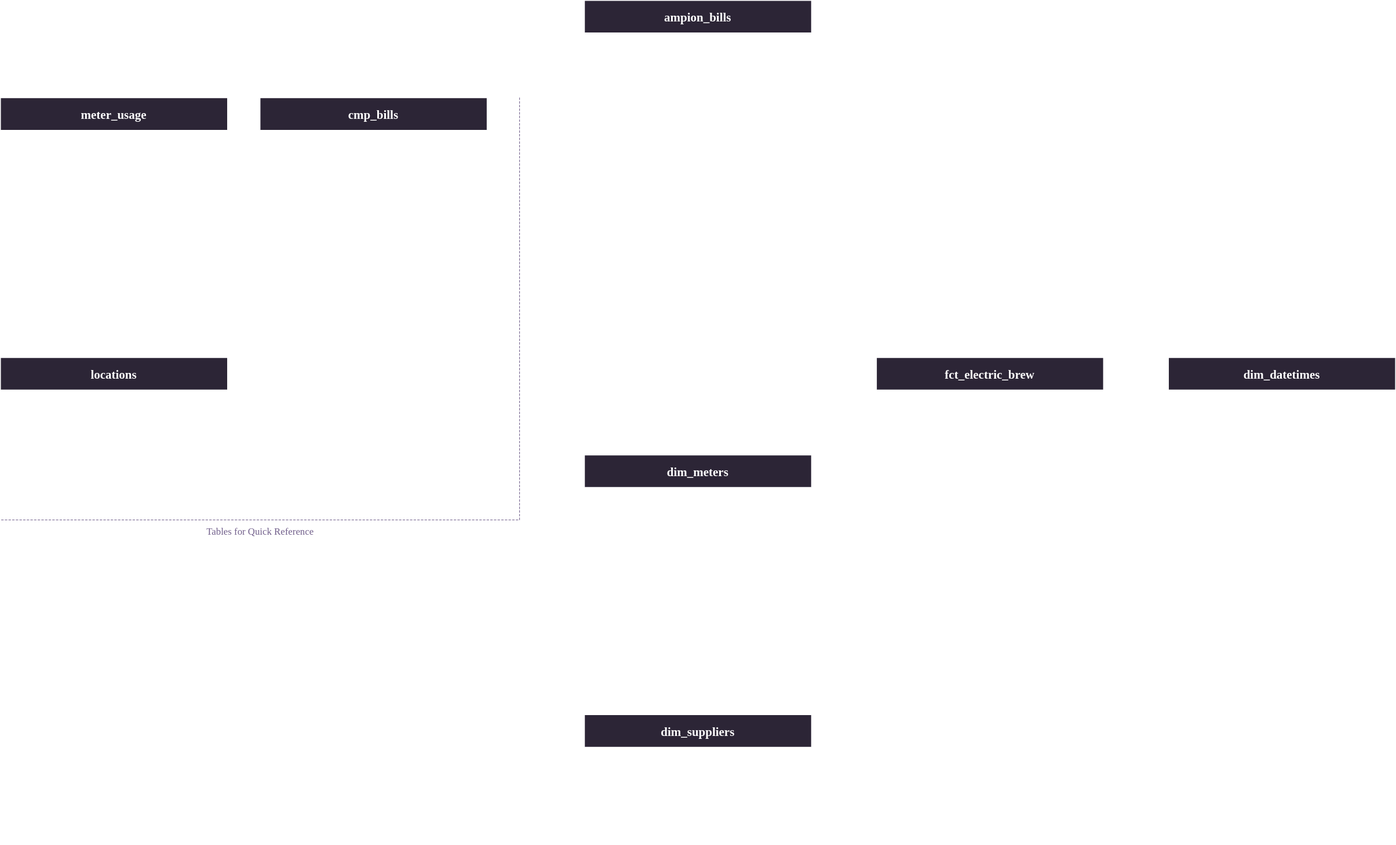
The draw.io diagram fig/lineage/erd.drawio.svg in jparkington/Electric-Brew, before a commit. Source tidied: cells renumbered, new cells last; positions are measured from the earlier drawing's top-left corner, leaving out a move shared by most shapes.
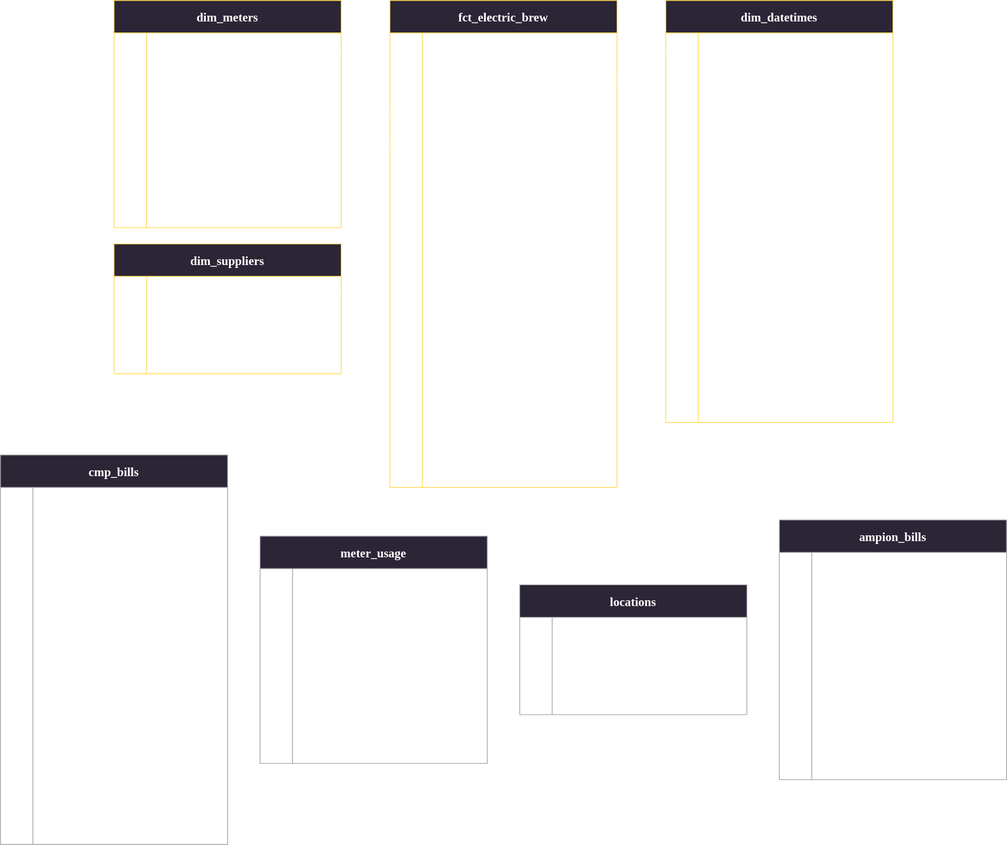
Later version of the same file.

Change to the diagram source:
```diff
@@ -4,7 +4,4 @@
     <mxCell id="1" parent="0" />
-    <mxCell id="2" style="shape=partialRectangle;whiteSpace=wrap;html=1;top=0;left=0;fillColor=none;strokeColor=#715F8B;fontFamily=Menlo;fontSize=15;fontColor=#FFFFFF;startSize=40;dashed=1;strokeWidth=0.75;" parent="1" vertex="1">
-      <mxGeometry y="120" width="640" height="520" as="geometry" />
-    </mxCell>
-    <mxCell id="3" value="meter_usage" style="shape=table;startSize=40;rowLines=0;fontStyle=1;align=center;fontFamily=Menlo;fillColor=#2C2536;fontSize=15;fontColor=#FFFFFF;strokeColor=#FFFFFF;" parent="1" vertex="1">
-      <mxGeometry y="120" width="280" height="280" as="geometry" />
+    <mxCell id="3" value="meter_usage" style="shape=table;startSize=40;rowLines=0;fontStyle=1;align=center;fontFamily=Menlo;fillColor=#2C2536;fontSize=15;fontColor=#FFFFFF;strokeColor=#A5A7A9;" parent="1" vertex="1">
+      <mxGeometry x="320" y="660" width="280" height="280" as="geometry" />
     </mxCell>
@@ -64,4 +61,4 @@
     </mxCell>
-    <mxCell id="22" value="fct_electric_brew" style="shape=table;startSize=40;rowLines=0;fontStyle=1;align=center;fontFamily=Menlo;fillColor=#2C2536;fontSize=15;fontColor=#FFFFFF;strokeColor=#FFFFFF;" parent="1" vertex="1">
-      <mxGeometry x="1080" y="440" width="280" height="600" as="geometry" />
+    <mxCell id="22" value="fct_electric_brew" style="shape=table;startSize=40;rowLines=0;fontStyle=1;align=center;fontFamily=Menlo;fillColor=#2C2536;fontSize=15;fontColor=#FFFFFF;strokeColor=#FFDB58;" parent="1" vertex="1">
+      <mxGeometry x="480" width="280" height="600" as="geometry" />
     </mxCell>
@@ -193,4 +190,4 @@
     </mxCell>
-    <mxCell id="65" value="dim_suppliers" style="shape=table;startSize=40;rowLines=0;fontStyle=1;align=center;fontFamily=Menlo;fillColor=#2C2536;fontSize=15;fontColor=#FFFFFF;strokeColor=#FFFFFF;" parent="1" vertex="1">
-      <mxGeometry x="720" y="880" width="280" height="160" as="geometry" />
+    <mxCell id="65" value="dim_suppliers" style="shape=table;startSize=40;rowLines=0;fontStyle=1;align=center;fontFamily=Menlo;fillColor=#2C2536;fontSize=15;fontColor=#FFFFFF;strokeColor=#FFDB58;" parent="1" vertex="1">
+      <mxGeometry x="140" y="300" width="280" height="160" as="geometry" />
     </mxCell>
@@ -223,4 +220,4 @@
     </mxCell>
-    <mxCell id="75" value="dim_meters" style="shape=table;startSize=40;rowLines=0;fontStyle=1;align=center;fontFamily=Menlo;fillColor=#2C2536;fontSize=15;fontColor=#FFFFFF;strokeColor=#FFFFFF;" parent="1" vertex="1">
-      <mxGeometry x="720" y="560" width="280" height="280" as="geometry" />
+    <mxCell id="75" value="dim_meters" style="shape=table;startSize=40;rowLines=0;fontStyle=1;align=center;fontFamily=Menlo;fillColor=#2C2536;fontSize=15;fontColor=#FFFFFF;strokeColor=#FFDB58;" parent="1" vertex="1">
+      <mxGeometry x="140" width="280" height="280" as="geometry" />
     </mxCell>
@@ -280,4 +277,4 @@
     </mxCell>
-    <mxCell id="94" value="dim_datetimes" style="shape=table;startSize=40;rowLines=0;fontStyle=1;align=center;fontFamily=Menlo;fillColor=#2C2536;fontSize=15;fontColor=#FFFFFF;strokeColor=#FFFFFF;" parent="1" vertex="1">
-      <mxGeometry x="1440" y="440" width="280" height="520" as="geometry" />
+    <mxCell id="94" value="dim_datetimes" style="shape=table;startSize=40;rowLines=0;fontStyle=1;align=center;fontFamily=Menlo;fillColor=#2C2536;fontSize=15;fontColor=#FFFFFF;strokeColor=#FFDB58;" parent="1" vertex="1">
+      <mxGeometry x="820" width="280" height="520" as="geometry" />
     </mxCell>
@@ -391,4 +388,4 @@
     </mxCell>
-    <mxCell id="131" value="locations" style="shape=table;startSize=40;rowLines=0;fontStyle=1;align=center;fontFamily=Menlo;fillColor=#2C2536;fontSize=15;fontColor=#FFFFFF;strokeColor=#FFFFFF;" parent="1" vertex="1">
-      <mxGeometry y="440" width="280" height="160" as="geometry" />
+    <mxCell id="131" value="locations" style="shape=table;startSize=40;rowLines=0;fontStyle=1;align=center;fontFamily=Menlo;fillColor=#2C2536;fontSize=15;fontColor=#FFFFFF;strokeColor=#A5A7A9;" parent="1" vertex="1">
+      <mxGeometry x="640" y="720" width="280" height="160" as="geometry" />
     </mxCell>
@@ -421,4 +418,4 @@
     </mxCell>
-    <mxCell id="141" value="cmp_bills" style="shape=table;startSize=40;rowLines=0;fontStyle=1;align=center;fontFamily=Menlo;fillColor=#2C2536;fontSize=15;fontColor=#FFFFFF;strokeColor=#FFFFFF;" parent="1" vertex="1">
-      <mxGeometry x="320" y="120" width="280" height="480" as="geometry" />
+    <mxCell id="141" value="cmp_bills" style="shape=table;startSize=40;rowLines=0;fontStyle=1;align=center;fontFamily=Menlo;fillColor=#2C2536;fontSize=15;fontColor=#FFFFFF;strokeColor=#A5A7A9;" parent="1" vertex="1">
+      <mxGeometry y="560" width="280" height="480" as="geometry" />
     </mxCell>
@@ -532,7 +529,4 @@
     </mxCell>
-    <mxCell id="178" value="&lt;font face=&quot;Menlo&quot;&gt;Tables for Quick Reference&lt;/font&gt;" style="text;html=1;align=center;verticalAlign=middle;strokeColor=none;fillColor=none;fontColor=#715F8B;" parent="1" vertex="1">
-      <mxGeometry x="215" y="640" width="210" height="30" as="geometry" />
-    </mxCell>
-    <mxCell id="179" value="ampion_bills" style="shape=table;startSize=40;rowLines=0;fontStyle=1;align=center;fontFamily=Menlo;fillColor=#2C2536;fontSize=15;fontColor=#FFFFFF;strokeColor=#FFFFFF;" parent="1" vertex="1">
-      <mxGeometry x="720" width="280" height="480" as="geometry" />
+    <mxCell id="179" value="ampion_bills" style="shape=table;startSize=40;rowLines=0;fontStyle=1;align=center;fontFamily=Menlo;fillColor=#2C2536;fontSize=15;fontColor=#FFFFFF;strokeColor=#A5A7A9;" parent="1" vertex="1">
+      <mxGeometry x="960" y="640" width="280" height="320" as="geometry" />
     </mxCell>
@@ -544,3 +538,3 @@
     </mxCell>
-    <mxCell id="182" value="supplier VARCHAR" style="shape=partialRectangle;overflow=hidden;fillColor=none;align=left;top=0;left=0;bottom=0;right=0;spacingLeft=12;spacingTop=0;fontFamily=Menlo;fontStyle=0;fontColor=#FFFFFF;strokeColor=#FFFFFF;" parent="180" vertex="1">
+    <mxCell id="182" value="invoice_number VARCHAR" style="shape=partialRectangle;overflow=hidden;fillColor=none;align=left;top=0;left=0;bottom=0;right=0;spacingLeft=12;spacingTop=0;fontFamily=Menlo;fontStyle=0;fontColor=#FFFFFF;strokeColor=#FFFFFF;" parent="180" vertex="1">
       <mxGeometry x="40" width="240" height="40" as="geometry" />
@@ -553,3 +547,3 @@
     </mxCell>
-    <mxCell id="185" value="amount_due FLOAT" style="shape=partialRectangle;overflow=hidden;fillColor=none;align=left;top=0;left=0;bottom=0;right=0;spacingLeft=12;spacingTop=0;fontFamily=Menlo;fontStyle=0;fontColor=#FFFFFF;strokeColor=#FFFFFF;" parent="183" vertex="1">
+    <mxCell id="185" value="interval_start DATETIME" style="shape=partialRectangle;overflow=hidden;fillColor=none;align=left;top=0;left=0;bottom=0;right=0;spacingLeft=12;spacingTop=0;fontFamily=Menlo;fontStyle=0;fontColor=#FFFFFF;strokeColor=#FFFFFF;" parent="183" vertex="1">
       <mxGeometry x="40" width="240" height="40" as="geometry" />
@@ -562,3 +556,3 @@
     </mxCell>
-    <mxCell id="188" value="service_charge FLOAT" style="shape=partialRectangle;overflow=hidden;fillColor=none;align=left;top=0;left=0;bottom=0;right=0;spacingLeft=12;spacingTop=0;fontFamily=Menlo;fontStyle=0;fontColor=#FFFFFF;strokeColor=#FFFFFF;" parent="186" vertex="1">
+    <mxCell id="188" value="interval_end DATETIME" style="shape=partialRectangle;overflow=hidden;fillColor=none;align=left;top=0;left=0;bottom=0;right=0;spacingLeft=12;spacingTop=0;fontFamily=Menlo;fontStyle=0;fontColor=#FFFFFF;strokeColor=#FFFFFF;" parent="186" vertex="1">
       <mxGeometry x="40" width="240" height="40" as="geometry" />
@@ -571,3 +565,3 @@
     </mxCell>
-    <mxCell id="191" value="delivery_rate FLOAT" style="shape=partialRectangle;overflow=hidden;fillColor=none;align=left;top=0;left=0;bottom=0;right=0;spacingLeft=12;spacingTop=0;fontFamily=Menlo;fontStyle=0;fontColor=#FFFFFF;strokeColor=#FFFFFF;" parent="189" vertex="1">
+    <mxCell id="191" value="kwh INTEGER" style="shape=partialRectangle;overflow=hidden;fillColor=none;align=left;top=0;left=0;bottom=0;right=0;spacingLeft=12;spacingTop=0;fontFamily=Menlo;fontStyle=0;fontColor=#FFFFFF;strokeColor=#FFFFFF;" parent="189" vertex="1">
       <mxGeometry x="40" width="240" height="40" as="geometry" />
@@ -580,3 +574,3 @@
     </mxCell>
-    <mxCell id="194" value="supply_rate FLOAT" style="shape=partialRectangle;overflow=hidden;fillColor=none;align=left;top=0;left=0;bottom=0;right=0;spacingLeft=12;spacingTop=0;fontFamily=Menlo;fontStyle=0;fontColor=#FFFFFF;strokeColor=#FFFFFF;" parent="192" vertex="1">
+    <mxCell id="194" value="bill_credits FLOAT" style="shape=partialRectangle;overflow=hidden;fillColor=none;align=left;top=0;left=0;bottom=0;right=0;spacingLeft=12;spacingTop=0;fontFamily=Menlo;fontStyle=0;fontColor=#FFFFFF;strokeColor=#FFFFFF;" parent="192" vertex="1">
       <mxGeometry x="40" width="240" height="40" as="geometry" />
@@ -589,3 +583,3 @@
     </mxCell>
-    <mxCell id="197" value="interval_start DATETIME" style="shape=partialRectangle;overflow=hidden;fillColor=none;align=left;top=0;left=0;bottom=0;right=0;spacingLeft=12;spacingTop=0;fontFamily=Menlo;fontStyle=0;fontColor=#FFFFFF;strokeColor=#FFFFFF;" parent="195" vertex="1">
+    <mxCell id="197" value="price FLOAT" style="shape=partialRectangle;overflow=hidden;fillColor=none;align=left;top=0;left=0;bottom=0;right=0;spacingLeft=12;spacingTop=0;fontFamily=Menlo;fontStyle=0;fontColor=#FFFFFF;strokeColor=#FFFFFF;" parent="195" vertex="1">
       <mxGeometry x="40" width="240" height="40" as="geometry" />
@@ -598,41 +592,5 @@
     </mxCell>
-    <mxCell id="200" value="interval_end DATETIME" style="shape=partialRectangle;overflow=hidden;fillColor=none;align=left;top=0;left=0;bottom=0;right=0;spacingLeft=12;spacingTop=0;fontFamily=Menlo;fontStyle=0;fontColor=#FFFFFF;strokeColor=#FFFFFF;" parent="198" vertex="1">
+    <mxCell id="200" value="account_number VARCHAR" style="shape=partialRectangle;overflow=hidden;fillColor=none;align=left;top=0;left=0;bottom=0;right=0;spacingLeft=12;spacingTop=0;fontFamily=Menlo;fontStyle=0;fontColor=#FFFFFF;strokeColor=#FFFFFF;" parent="198" vertex="1">
       <mxGeometry x="40" width="240" height="40" as="geometry" />
     </mxCell>
-    <mxCell id="201" style="shape=tableRow;horizontal=0;startSize=0;swimlaneHead=0;swimlaneBody=0;fillColor=none;top=0;left=0;right=0;bottom=0;fontFamily=Menlo;fontStyle=0;fontColor=#FFFFFF;strokeColor=#FFFFFF;" parent="179" vertex="1">
-      <mxGeometry y="320" width="280" height="40" as="geometry" />
-    </mxCell>
-    <mxCell id="202" style="shape=partialRectangle;overflow=hidden;fillColor=none;top=0;left=0;bottom=0;right=0;fontFamily=Menlo;fontStyle=1;fontColor=#FFFFFF;strokeColor=#FFFFFF;" parent="201" vertex="1">
-      <mxGeometry width="40" height="40" as="geometry" />
-    </mxCell>
-    <mxCell id="203" value="kwh_delivered FLOAT" style="shape=partialRectangle;overflow=hidden;fillColor=none;align=left;top=0;left=0;bottom=0;right=0;spacingLeft=12;spacingTop=0;fontFamily=Menlo;fontStyle=0;fontColor=#FFFFFF;strokeColor=#FFFFFF;" parent="201" vertex="1">
-      <mxGeometry x="40" width="240" height="40" as="geometry" />
-    </mxCell>
-    <mxCell id="204" style="shape=tableRow;horizontal=0;startSize=0;swimlaneHead=0;swimlaneBody=0;fillColor=none;top=0;left=0;right=0;bottom=0;fontFamily=Menlo;fontStyle=0;fontColor=#FFFFFF;strokeColor=#FFFFFF;" parent="179" vertex="1">
-      <mxGeometry y="360" width="280" height="40" as="geometry" />
-    </mxCell>
-    <mxCell id="205" style="shape=partialRectangle;overflow=hidden;fillColor=none;top=0;left=0;bottom=0;right=0;fontFamily=Menlo;fontStyle=1;fontColor=#FFFFFF;strokeColor=#FFFFFF;" parent="204" vertex="1">
-      <mxGeometry width="40" height="40" as="geometry" />
-    </mxCell>
-    <mxCell id="206" value="total_kwh BIGINT" style="shape=partialRectangle;overflow=hidden;fillColor=none;align=left;top=0;left=0;bottom=0;right=0;spacingLeft=12;spacingTop=0;fontFamily=Menlo;fontStyle=0;fontColor=#FFFFFF;strokeColor=#FFFFFF;" parent="204" vertex="1">
-      <mxGeometry x="40" width="240" height="40" as="geometry" />
-    </mxCell>
-    <mxCell id="207" style="shape=tableRow;horizontal=0;startSize=0;swimlaneHead=0;swimlaneBody=0;fillColor=none;top=0;left=0;right=0;bottom=0;fontFamily=Menlo;fontStyle=0;fontColor=#FFFFFF;strokeColor=#FFFFFF;" parent="179" vertex="1">
-      <mxGeometry y="400" width="280" height="40" as="geometry" />
-    </mxCell>
-    <mxCell id="208" style="shape=partialRectangle;overflow=hidden;fillColor=none;top=0;left=0;bottom=0;right=0;fontFamily=Menlo;fontStyle=1;fontColor=#FFFFFF;strokeColor=#FFFFFF;" parent="207" vertex="1">
-      <mxGeometry width="40" height="40" as="geometry" />
-    </mxCell>
-    <mxCell id="209" value="pdf_file_name VARCHAR" style="shape=partialRectangle;overflow=hidden;fillColor=none;align=left;top=0;left=0;bottom=0;right=0;spacingLeft=12;spacingTop=0;fontFamily=Menlo;fontStyle=0;fontColor=#FFFFFF;strokeColor=#FFFFFF;" parent="207" vertex="1">
-      <mxGeometry x="40" width="240" height="40" as="geometry" />
-    </mxCell>
-    <mxCell id="210" style="shape=tableRow;horizontal=0;startSize=0;swimlaneHead=0;swimlaneBody=0;fillColor=none;top=0;left=0;right=0;bottom=0;fontFamily=Menlo;fontStyle=0;fontColor=#FFFFFF;strokeColor=#FFFFFF;" parent="179" vertex="1">
-      <mxGeometry y="440" width="280" height="40" as="geometry" />
-    </mxCell>
-    <mxCell id="211" style="shape=partialRectangle;overflow=hidden;fillColor=none;top=0;left=0;bottom=0;right=0;fontFamily=Menlo;fontStyle=1;fontColor=#FFFFFF;strokeColor=#FFFFFF;" parent="210" vertex="1">
-      <mxGeometry width="40" height="40" as="geometry" />
-    </mxCell>
-    <mxCell id="212" value="account_number VARCHAR" style="shape=partialRectangle;overflow=hidden;fillColor=none;align=left;top=0;left=0;bottom=0;right=0;spacingLeft=12;spacingTop=0;fontFamily=Menlo;fontStyle=0;fontColor=#FFFFFF;strokeColor=#FFFFFF;" parent="210" vertex="1">
-      <mxGeometry x="40" width="240" height="40" as="geometry" />
-    </mxCell>
   </root>
```
